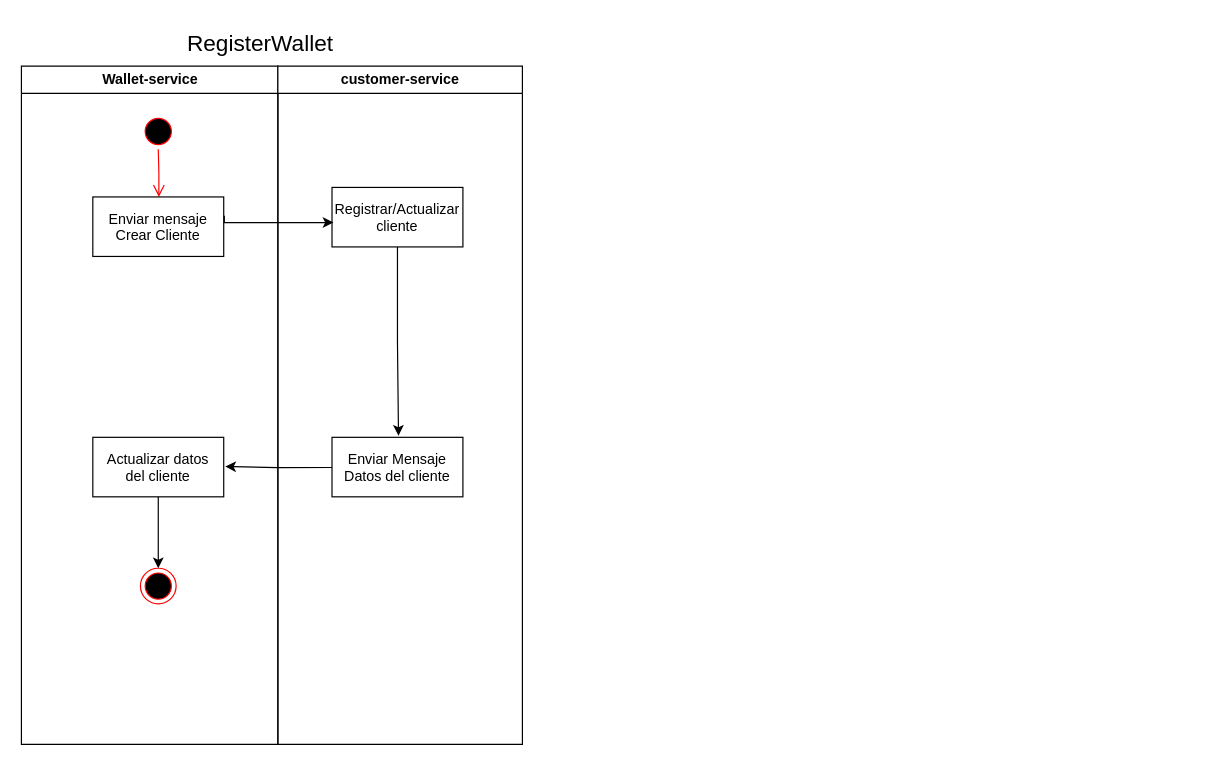
Above: ActivityWallet.drawio in JosueVargasGuia/draw.io (draw.io), before the change. Source tidied: cells renumbered, new cells numbered last; positions are measured from the earlier drawing's top-left corner, leaving out a move shared by most shapes. Both pictures are drawn from the tidied source at 119%, with x=0, y=0 at pixel (20, 26).
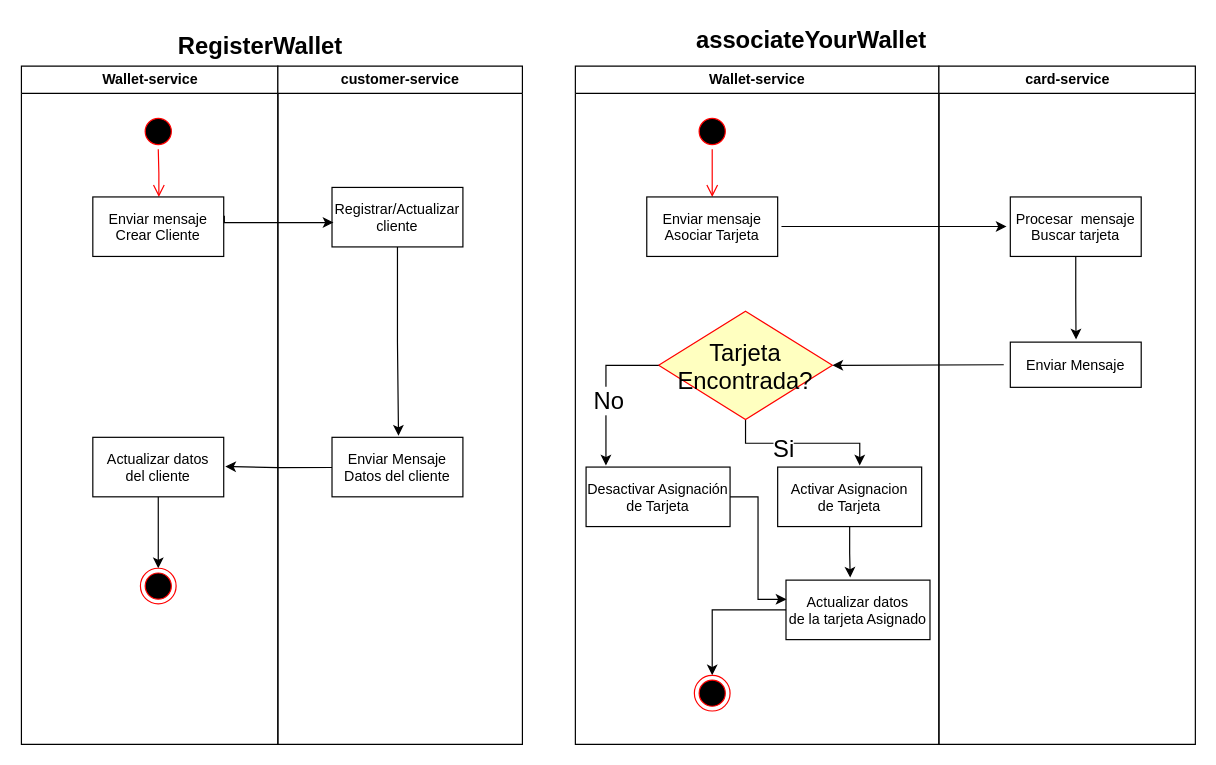
The same page after the edit.

What changed in the source:
```diff
@@
-    <mxCell id="13" value="RegisterWallet" style="text;html=1;align=center;verticalAlign=middle;strokeColor=none;fillColor=none;fontSize=19;" parent="1" vertex="1">
-      <mxGeometry x="131" width="140" height="30" as="geometry" />
+    <mxCell id="13" value="RegisterWallet" style="text;html=1;align=center;verticalAlign=middle;strokeColor=none;fillColor=none;fontSize=20;fontStyle=1;" parent="1" vertex="1">
+      <mxGeometry x="126" width="150" height="30" as="geometry" />
     </mxCell>
@@
+    <mxCell id="16" value="Wallet-service" style="swimlane;whiteSpace=wrap;" parent="1" vertex="1">
+      <mxGeometry x="466" y="33" width="305.5" height="570" as="geometry" />
+    </mxCell>
+    <mxCell id="17" style="ellipse;shape=startState;fillColor=#000000;strokeColor=#ff0000;" parent="16" vertex="1">
+      <mxGeometry x="100" y="40" width="30" height="30" as="geometry" />
+    </mxCell>
+    <mxCell id="18" style="edgeStyle=elbowEdgeStyle;elbow=horizontal;verticalAlign=bottom;endArrow=open;endSize=8;strokeColor=#FF0000;endFill=1;rounded=0;" parent="16" edge="1" source="17" target="19">
+      <mxGeometry x="100" y="40" as="geometry" />
+    </mxCell>
+    <mxCell id="19" value="Enviar mensaje&#10;Asociar Tarjeta" parent="16" vertex="1">
+      <mxGeometry x="60" y="110" width="110" height="50" as="geometry" />
+    </mxCell>
+    <mxCell id="20" style="edgeStyle=orthogonalEdgeStyle;rounded=0;jettySize=auto;html=1;entryX=0.5;entryY=0;entryDx=0;entryDy=0;" parent="16" edge="1" source="21" target="22">
+      <mxGeometry relative="1" as="geometry" />
+    </mxCell>
+    <mxCell id="21" value="Actualizar datos &#10;de la tarjeta Asignado" parent="16" vertex="1">
+      <mxGeometry x="177" y="432" width="121" height="50" as="geometry" />
+    </mxCell>
+    <mxCell id="22" style="ellipse;shape=endState;fillColor=#000000;strokeColor=#ff0000;" parent="16" vertex="1">
+      <mxGeometry x="100" y="512" width="30" height="30" as="geometry" />
+    </mxCell>
+    <mxCell id="23" style="edgeStyle=orthogonalEdgeStyle;rounded=0;jettySize=auto;html=1;exitX=0.5;exitY=1;exitDx=0;exitDy=0;entryX=0.57;entryY=-0.027;entryDx=0;entryDy=0;entryPerimeter=0;fontSize=20;fontColor=#000000;" parent="16" edge="1" source="25" target="27">
+      <mxGeometry relative="1" as="geometry" />
+    </mxCell>
+    <mxCell id="24" value="Si" style="edgeLabel;html=1;align=center;verticalAlign=middle;fontSize=20;fontColor=#000000;" parent="23" vertex="1">
+      <mxGeometry x="-0.24" y="-3" relative="1" as="geometry" />
+    </mxCell>
+    <mxCell id="25" value="Tarjeta Encontrada?" style="rhombus;whiteSpace=wrap;html=1;fillColor=#ffffc0;strokeColor=#ff0000;fontSize=20;fontColor=#000000;" parent="16" vertex="1">
+      <mxGeometry x="70" y="206" width="146" height="91" as="geometry" />
+    </mxCell>
+    <mxCell id="26" style="edgeStyle=orthogonalEdgeStyle;rounded=0;jettySize=auto;html=1;entryX=0.446;entryY=-0.043;entryDx=0;entryDy=0;entryPerimeter=0;fontSize=20;fontColor=#000000;" parent="16" edge="1" source="27" target="21">
+      <mxGeometry relative="1" as="geometry" />
+    </mxCell>
+    <mxCell id="27" value="Activar Asignacion&#10;de Tarjeta" parent="16" vertex="1">
+      <mxGeometry x="170" y="337" width="121" height="50" as="geometry" />
+    </mxCell>
+    <mxCell id="28" style="edgeStyle=orthogonalEdgeStyle;rounded=0;jettySize=auto;html=1;entryX=0.003;entryY=0.323;entryDx=0;entryDy=0;entryPerimeter=0;fontSize=20;fontColor=#000000;" parent="16" edge="1" source="29" target="21">
+      <mxGeometry relative="1" as="geometry" />
+    </mxCell>
+    <mxCell id="29" value="Desactivar Asignación&#10;de Tarjeta" parent="16" vertex="1">
+      <mxGeometry x="9" y="337" width="121" height="50" as="geometry" />
+    </mxCell>
+    <mxCell id="30" style="edgeStyle=orthogonalEdgeStyle;rounded=0;jettySize=auto;html=1;fontSize=20;fontColor=#000000;entryX=0.138;entryY=-0.027;entryDx=0;entryDy=0;entryPerimeter=0;exitX=0;exitY=0.5;exitDx=0;exitDy=0;" parent="16" edge="1" source="25" target="29">
+      <mxGeometry relative="1" as="geometry" />
+    </mxCell>
+    <mxCell id="31" value="No" style="edgeLabel;html=1;align=center;verticalAlign=middle;fontSize=20;fontColor=#000000;" parent="30" vertex="1">
+      <mxGeometry x="0.13" y="2" relative="1" as="geometry" />
+    </mxCell>
+    <mxCell id="32" value="&lt;span style=&quot;font-size: 20px; text-align: left;&quot;&gt;associateYourWallet&lt;/span&gt;" style="text;html=1;align=center;verticalAlign=middle;strokeColor=none;fillColor=none;fontSize=20;fontColor=#000000;fontStyle=1;" parent="1" vertex="1">
+      <mxGeometry x="558.8" y="-5" width="210" height="30" as="geometry" />
+    </mxCell>
+    <mxCell id="33" value="card-service" style="swimlane;whiteSpace=wrap;" parent="1" vertex="1">
+      <mxGeometry x="771.5" y="33" width="215.5" height="570" as="geometry" />
+    </mxCell>
+    <mxCell id="34" style="edgeStyle=orthogonalEdgeStyle;rounded=0;jettySize=auto;html=1;entryX=0.502;entryY=-0.06;entryDx=0;entryDy=0;entryPerimeter=0;fontSize=20;fontColor=#000000;" parent="33" edge="1" source="35" target="36">
+      <mxGeometry relative="1" as="geometry" />
+    </mxCell>
+    <mxCell id="35" value="Procesar  mensaje&#10;Buscar tarjeta" parent="33" vertex="1">
+      <mxGeometry x="60" y="110" width="110" height="50" as="geometry" />
+    </mxCell>
+    <mxCell id="36" value="Enviar Mensaje" parent="33" vertex="1">
+      <mxGeometry x="60" y="232" width="110" height="38" as="geometry" />
+    </mxCell>
+    <mxCell id="37" style="edgeStyle=orthogonalEdgeStyle;rounded=0;jettySize=auto;html=1;entryX=-0.029;entryY=0.497;entryDx=0;entryDy=0;entryPerimeter=0;fontSize=20;fontColor=#000000;exitX=1.029;exitY=0.497;exitDx=0;exitDy=0;exitPerimeter=0;" parent="1" edge="1" source="19" target="35">
+      <mxGeometry relative="1" as="geometry" />
+    </mxCell>
+    <mxCell id="38" style="edgeStyle=orthogonalEdgeStyle;rounded=0;jettySize=auto;html=1;entryX=1;entryY=0.5;entryDx=0;entryDy=0;fontSize=20;fontColor=#000000;" parent="1" edge="1" target="25">
+      <mxGeometry relative="1" as="geometry">
+        <mxPoint x="826" y="284" as="sourcePoint" />
+      </mxGeometry>
+    </mxCell>
```
